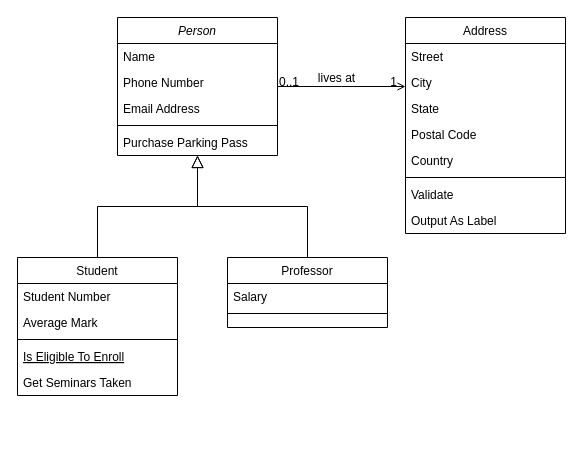
BuroHappoldEngineering/documentation-page keeps this draw.io diagram as Untitled Diagram.drawio. Above is the earlier version. Source tidied: cells renumbered, new cells numbered last; positions are measured from the earlier drawing's top-left corner, leaving out a move shared by most shapes. Both pictures are drawn from the tidied source at 100%, with x=0, y=0 at pixel (17, 17).
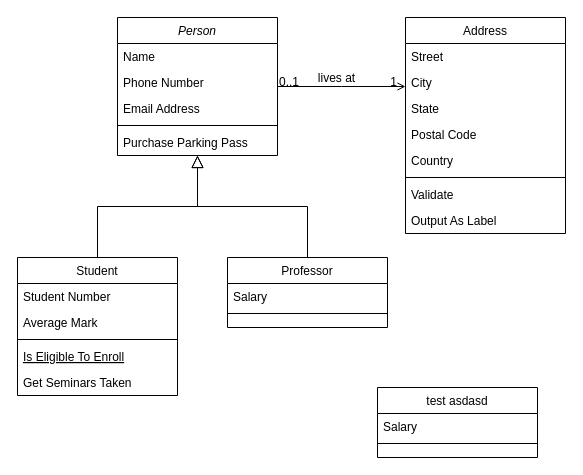
The same page after the edit.

Change to the diagram source:
```diff
@@
+    <mxCell id="32" value="test asdasd" style="swimlane;fontStyle=0;align=center;verticalAlign=top;horizontal=1;startSize=26;rounded=0;shadow=0;strokeWidth=1;" parent="1" vertex="1">
+      <mxGeometry x="360" y="370" width="160" height="70" as="geometry" />
+    </mxCell>
+    <mxCell id="33" value="Salary" style="text;align=left;verticalAlign=top;spacingLeft=4;spacingRight=4;overflow=hidden;" parent="32" vertex="1">
+      <mxGeometry y="26" width="160" height="26" as="geometry" />
+    </mxCell>
+    <mxCell id="34" style="line;html=1;strokeWidth=1;align=left;verticalAlign=middle;spacingTop=-1;spacingLeft=3;spacingRight=3;labelPosition=right;" parent="32" vertex="1">
+      <mxGeometry y="52" width="160" height="8" as="geometry" />
+    </mxCell>
```
